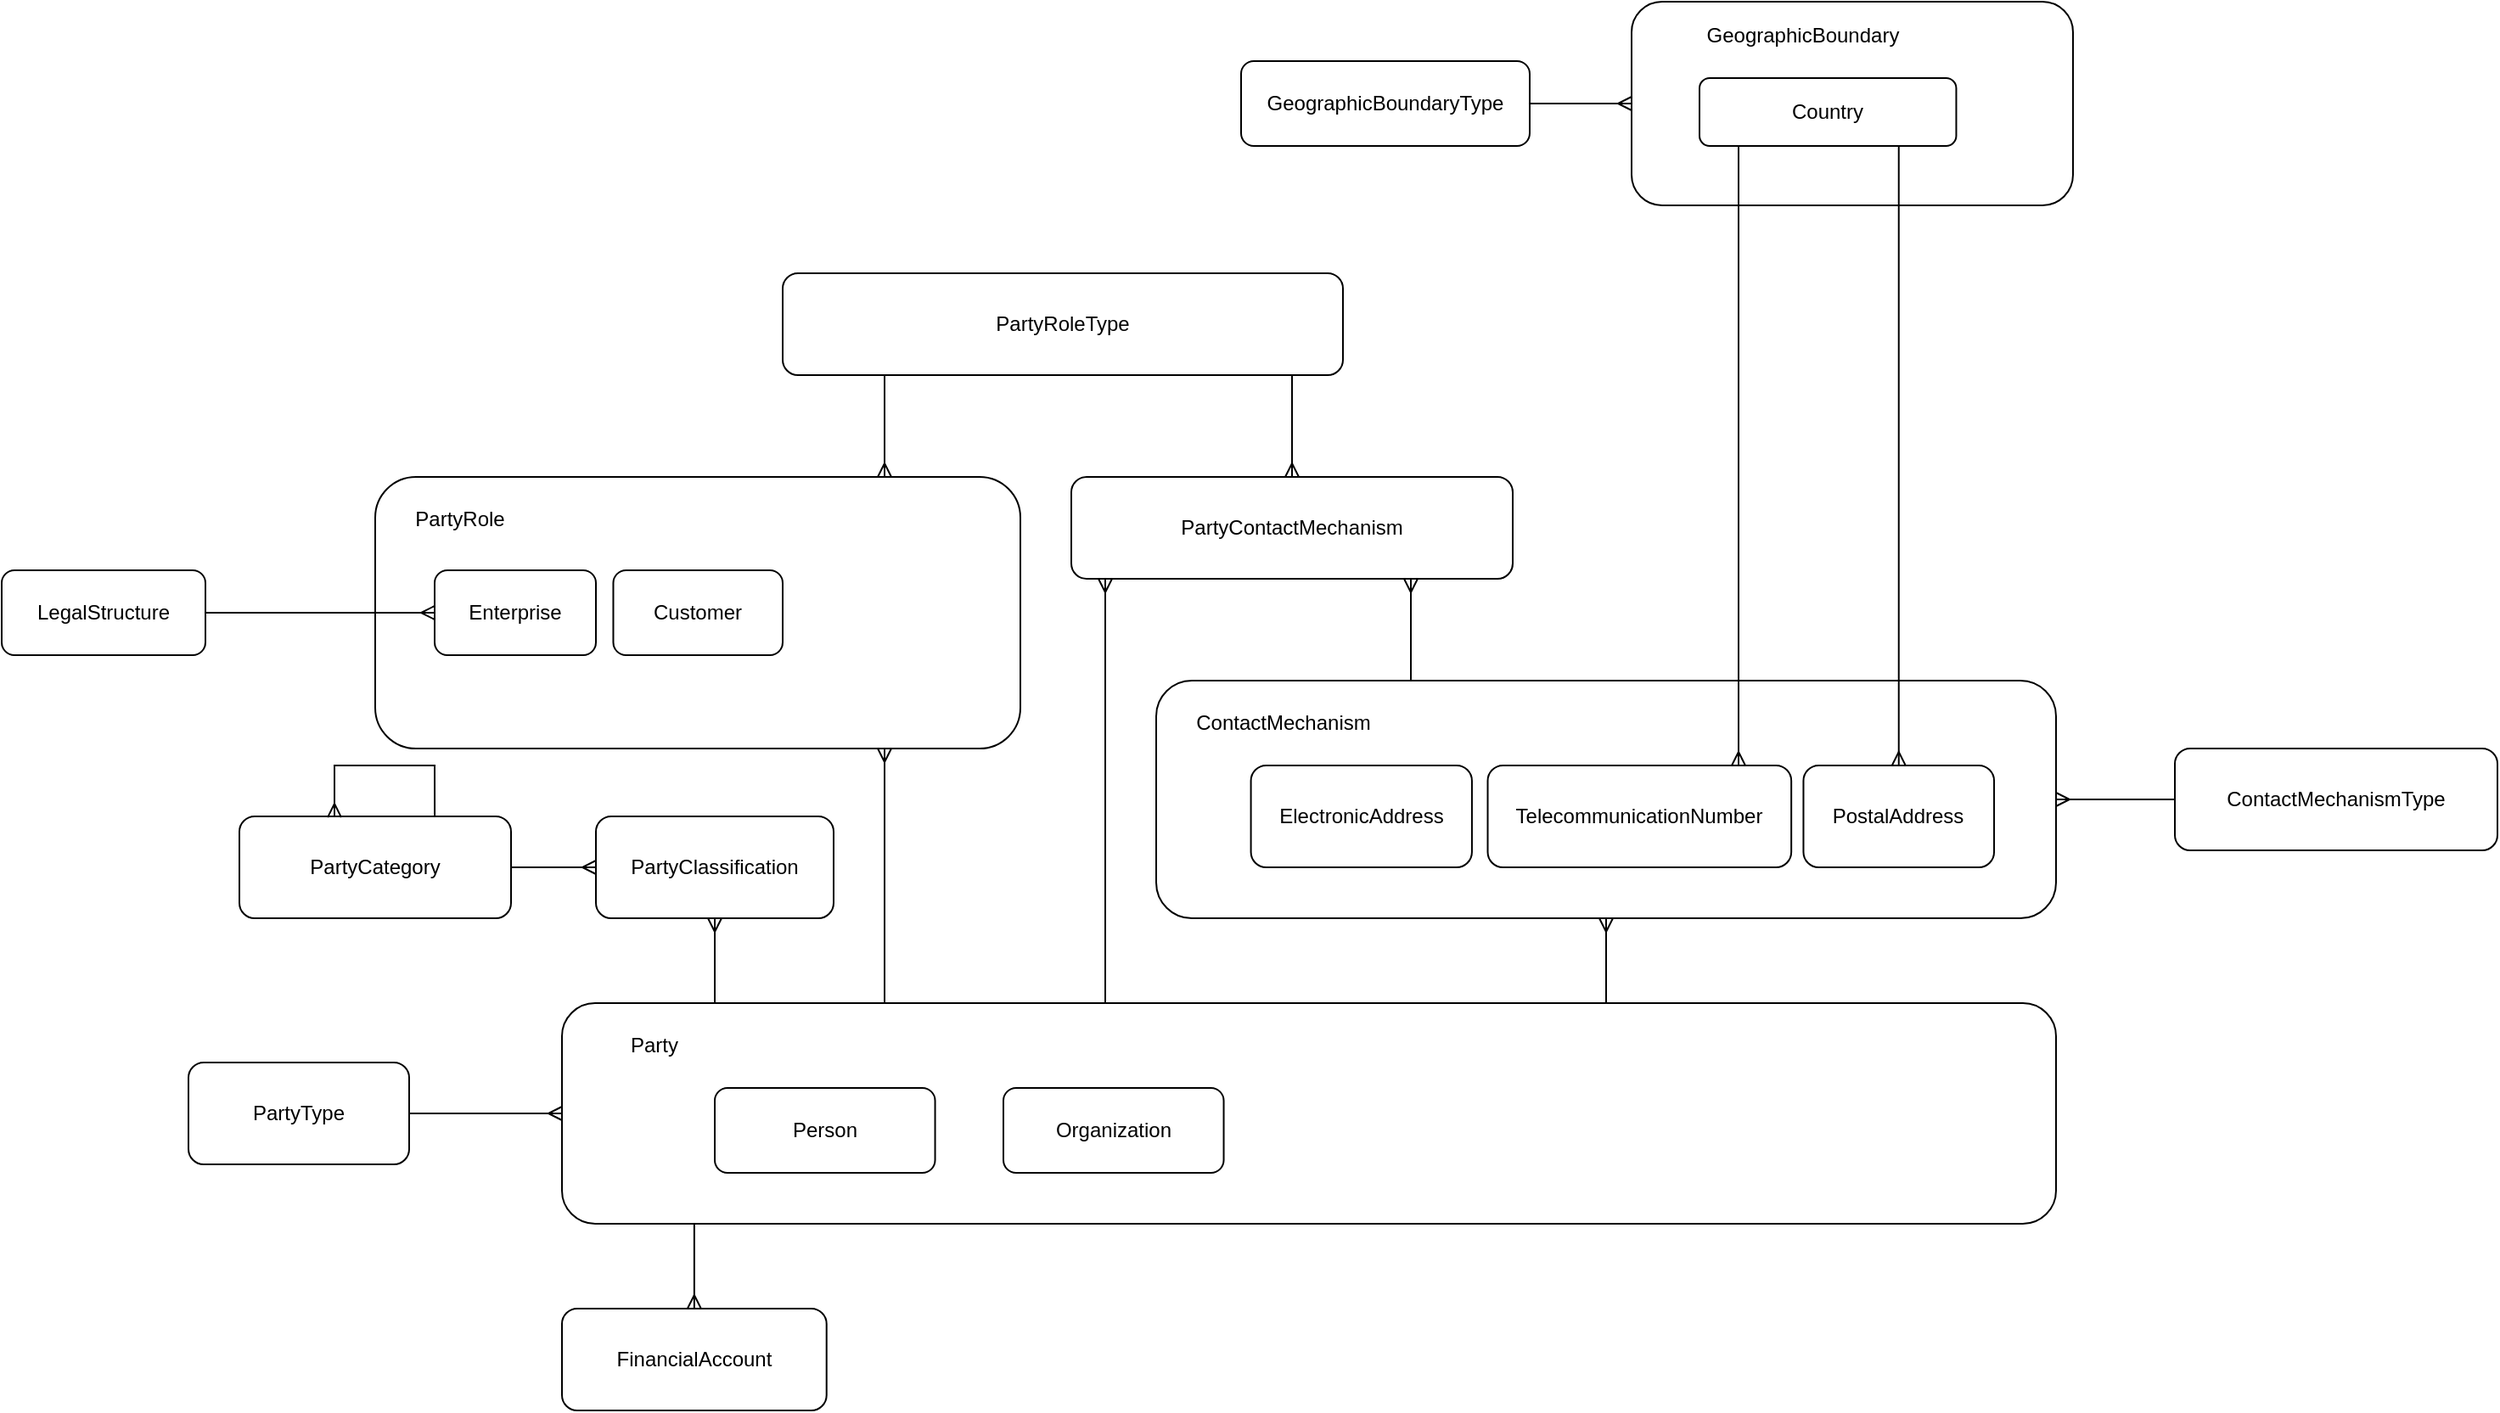
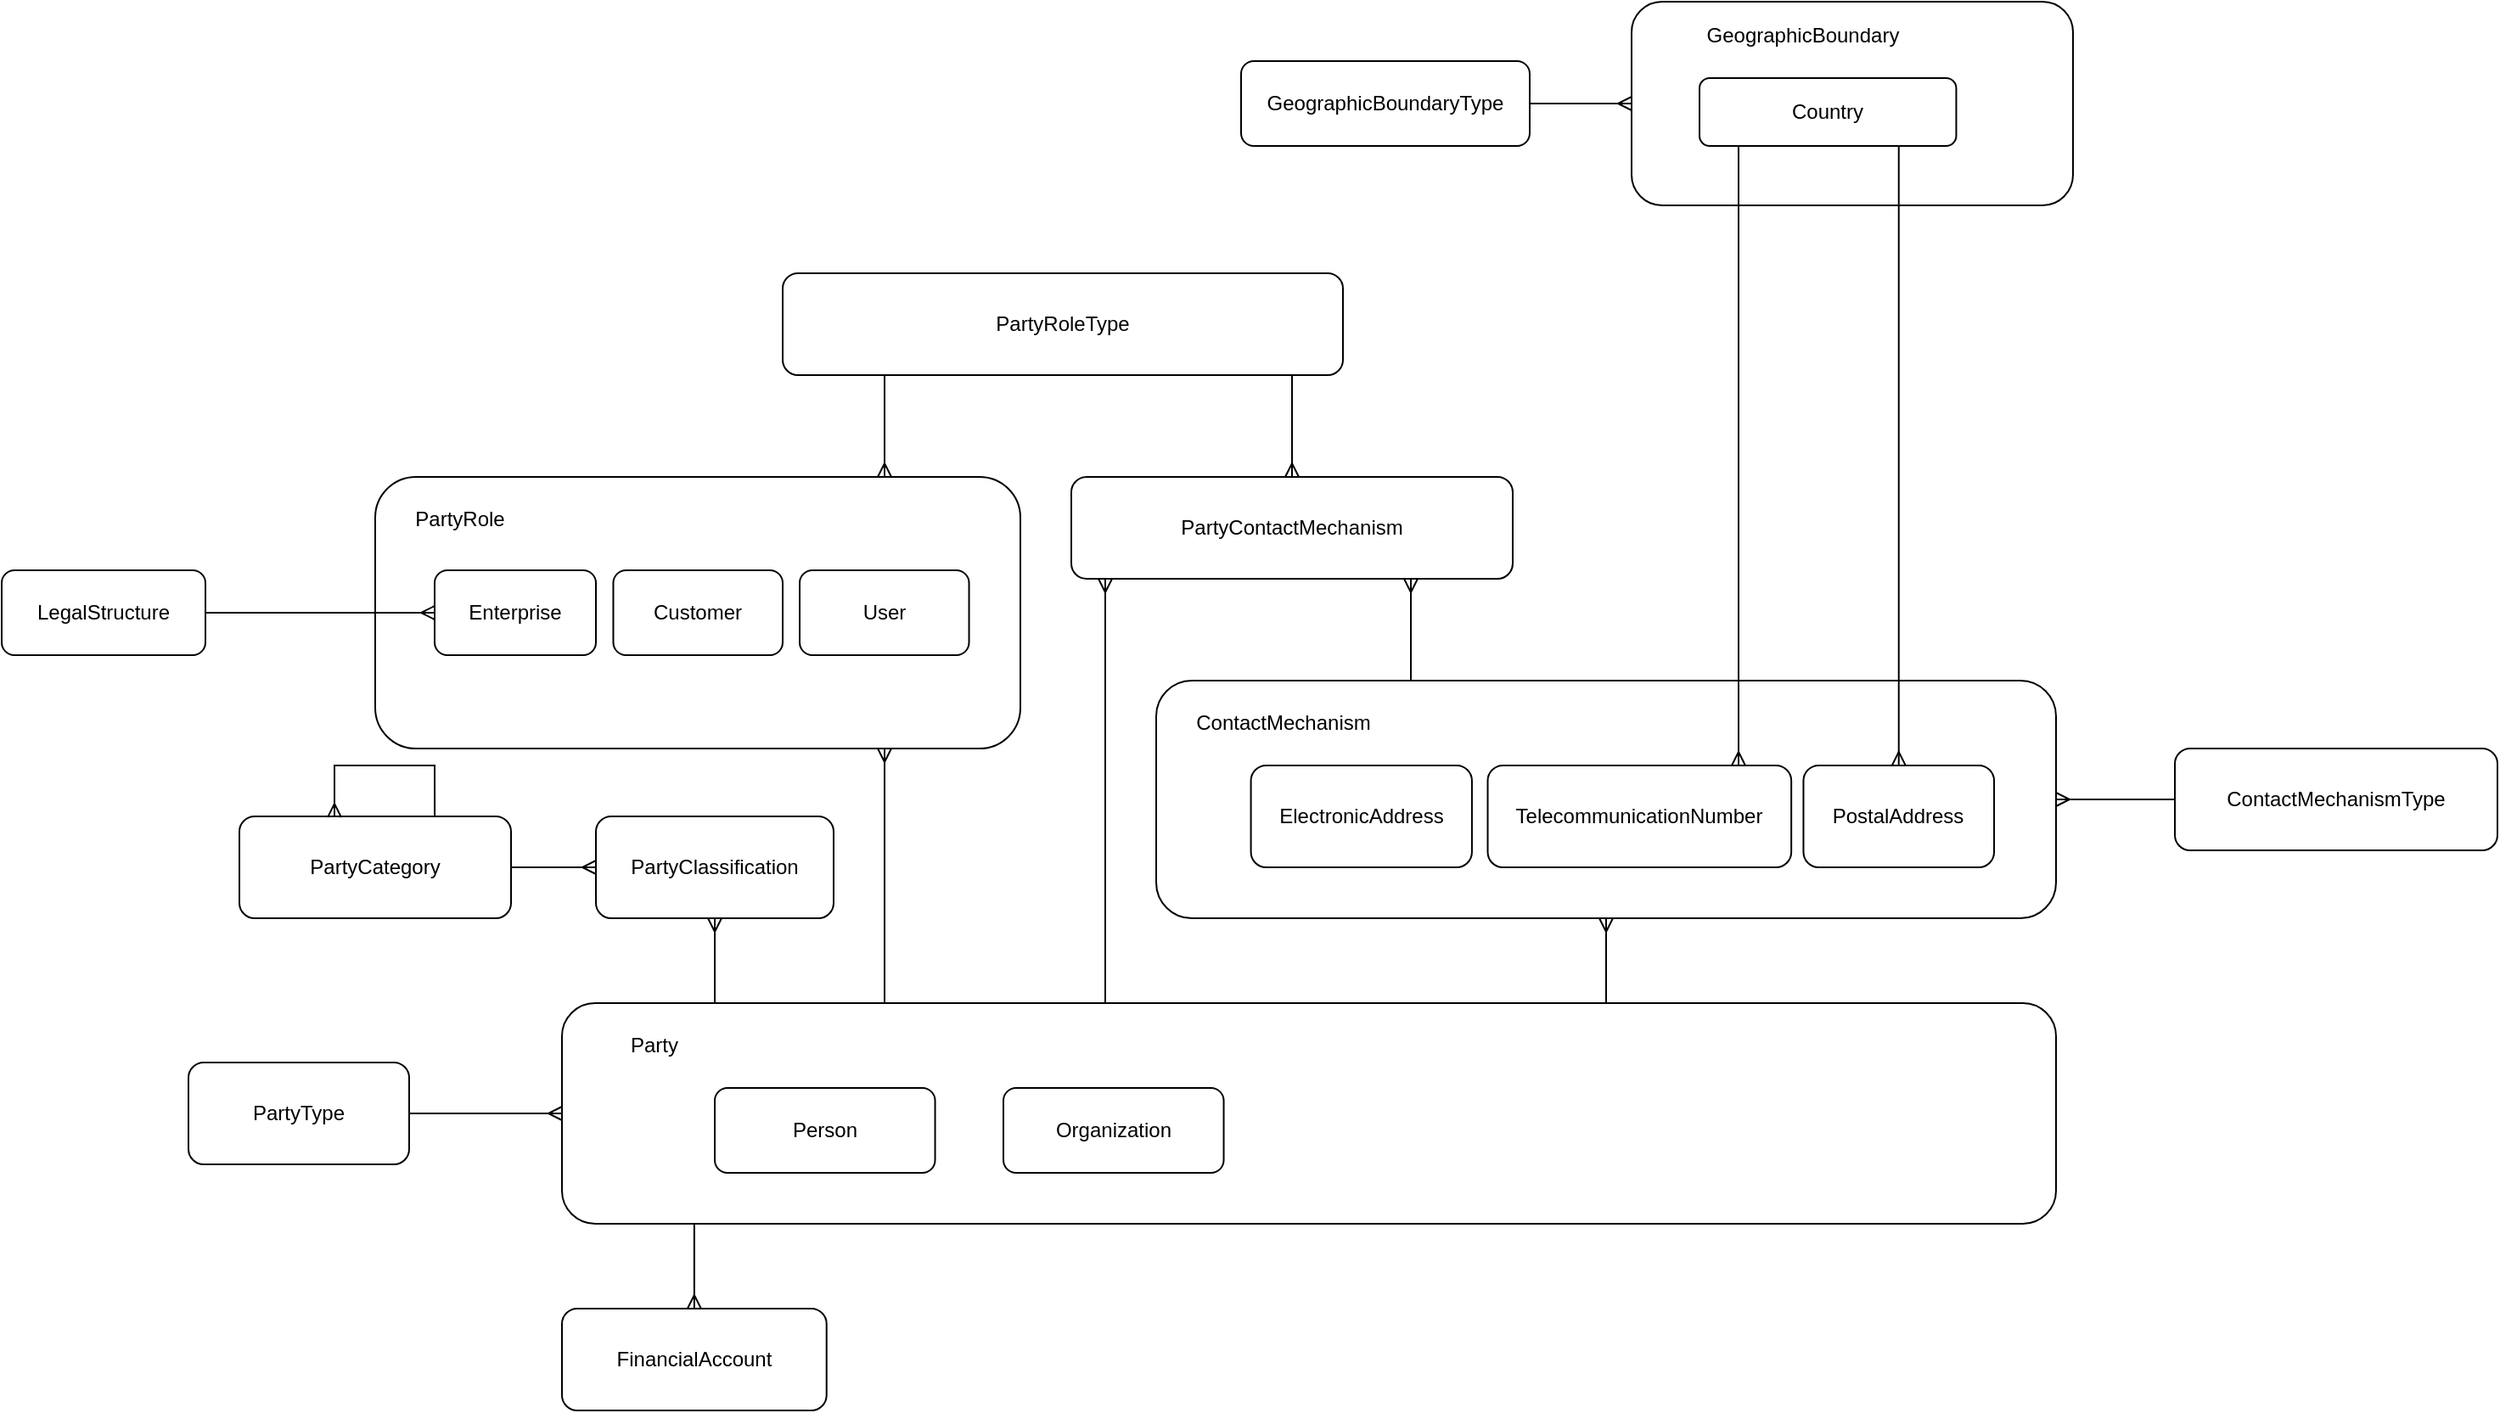
<mxfile host="app.diagrams.net" agent="Mozilla/5.0 (Windows NT 10.0; Win64; x64) AppleWebKit/537.36 (KHTML, like Gecko) Chrome/141.0.0.0 Safari/537.36" version="28.2.9">
  <diagram name="Page-1" id="d0nJ6Fx9cUZLMqGtfM0H">
    <mxGraphModel dx="1947" dy="1755" grid="1" gridSize="10" guides="1" tooltips="1" connect="1" arrows="1" fold="1" page="1" pageScale="1" pageWidth="850" pageHeight="1100" math="0" shadow="0">
      <root>
        <mxCell id="0" />
        <mxCell id="1" parent="0" />
        <mxCell id="tdPrWEJd15tEannaNgth-4" style="edgeStyle=orthogonalEdgeStyle;rounded=0;orthogonalLoop=1;jettySize=auto;html=1;startArrow=ERmany;startFill=0;endArrow=none;endFill=0;" edge="1" parent="1" source="tdPrWEJd15tEannaNgth-2" target="tdPrWEJd15tEannaNgth-3">
          <mxGeometry relative="1" as="geometry" />
        </mxCell>
        <mxCell id="tdPrWEJd15tEannaNgth-3" value="ContactMechanismType" style="rounded=1;whiteSpace=wrap;html=1;" vertex="1" parent="1">
          <mxGeometry x="600" y="260" width="190" height="60" as="geometry" />
        </mxCell>
        <mxCell id="tdPrWEJd15tEannaNgth-13" value="PartyRoleType" style="rounded=1;whiteSpace=wrap;html=1;" vertex="1" parent="1">
          <mxGeometry x="-220" y="-20" width="330" height="60" as="geometry" />
        </mxCell>
        <mxCell id="tdPrWEJd15tEannaNgth-14" style="edgeStyle=orthogonalEdgeStyle;rounded=0;orthogonalLoop=1;jettySize=auto;html=1;startArrow=ERmany;startFill=0;endArrow=none;endFill=0;" edge="1" parent="1" source="tdPrWEJd15tEannaNgth-15" target="tdPrWEJd15tEannaNgth-13">
          <mxGeometry relative="1" as="geometry">
            <mxPoint x="730" y="430" as="sourcePoint" />
            <mxPoint x="730" y="350" as="targetPoint" />
            <Array as="points">
              <mxPoint x="50" y="30" />
              <mxPoint x="50" y="30" />
            </Array>
          </mxGeometry>
        </mxCell>
        <mxCell id="tdPrWEJd15tEannaNgth-15" value="PartyContactMechanism" style="rounded=1;whiteSpace=wrap;html=1;" vertex="1" parent="1">
          <mxGeometry x="-50" y="100" width="260" height="60" as="geometry" />
        </mxCell>
        <mxCell id="tdPrWEJd15tEannaNgth-18" style="edgeStyle=orthogonalEdgeStyle;rounded=0;orthogonalLoop=1;jettySize=auto;html=1;startArrow=ERmany;startFill=0;endArrow=none;endFill=0;" edge="1" parent="1" source="tdPrWEJd15tEannaNgth-15">
          <mxGeometry relative="1" as="geometry">
            <mxPoint x="-30.00117647058829" y="130" as="sourcePoint" />
            <mxPoint x="-30.00117647058829" y="410" as="targetPoint" />
            <Array as="points">
              <mxPoint x="-30" y="210" />
              <mxPoint x="-30" y="210" />
            </Array>
          </mxGeometry>
        </mxCell>
        <mxCell id="tdPrWEJd15tEannaNgth-19" value="" style="group" vertex="1" connectable="0" parent="1">
          <mxGeometry y="220" width="530" height="140" as="geometry" />
        </mxCell>
        <mxCell id="tdPrWEJd15tEannaNgth-2" value="" style="rounded=1;whiteSpace=wrap;html=1;" vertex="1" parent="tdPrWEJd15tEannaNgth-19">
          <mxGeometry width="530" height="140" as="geometry" />
        </mxCell>
        <mxCell id="tdPrWEJd15tEannaNgth-5" value="ElectronicAddress" style="rounded=1;whiteSpace=wrap;html=1;" vertex="1" parent="tdPrWEJd15tEannaNgth-19">
          <mxGeometry x="55.78947368421052" y="50" width="130.17543859649123" height="60" as="geometry" />
        </mxCell>
        <mxCell id="tdPrWEJd15tEannaNgth-6" value="TelecommunicationNumber" style="rounded=1;whiteSpace=wrap;html=1;" vertex="1" parent="tdPrWEJd15tEannaNgth-19">
          <mxGeometry x="195.26315789473682" y="50" width="178.81456140350878" height="60" as="geometry" />
        </mxCell>
        <mxCell id="tdPrWEJd15tEannaNgth-7" value="ContactMechanism" style="text;html=1;whiteSpace=wrap;strokeColor=none;fillColor=none;align=center;verticalAlign=middle;rounded=0;" vertex="1" parent="tdPrWEJd15tEannaNgth-19">
          <mxGeometry x="27.896882591093107" y="10" width="94.41295546558705" height="30" as="geometry" />
        </mxCell>
        <mxCell id="tdPrWEJd15tEannaNgth-8" value="PostalAddress" style="rounded=1;whiteSpace=wrap;html=1;" vertex="1" parent="tdPrWEJd15tEannaNgth-19">
          <mxGeometry x="381.2280701754386" y="50" width="112.29491228070175" height="60" as="geometry" />
        </mxCell>
        <mxCell id="tdPrWEJd15tEannaNgth-20" style="edgeStyle=orthogonalEdgeStyle;rounded=0;orthogonalLoop=1;jettySize=auto;html=1;startArrow=ERmany;startFill=0;endArrow=none;endFill=0;" edge="1" parent="1" source="tdPrWEJd15tEannaNgth-15" target="tdPrWEJd15tEannaNgth-2">
          <mxGeometry relative="1" as="geometry">
            <mxPoint x="370" y="130" as="sourcePoint" />
            <mxPoint x="370" y="440" as="targetPoint" />
            <Array as="points">
              <mxPoint x="150" y="170" />
              <mxPoint x="150" y="170" />
            </Array>
          </mxGeometry>
        </mxCell>
        <mxCell id="tdPrWEJd15tEannaNgth-21" style="edgeStyle=orthogonalEdgeStyle;rounded=0;orthogonalLoop=1;jettySize=auto;html=1;startArrow=ERmany;startFill=0;endArrow=none;endFill=0;" edge="1" parent="1" source="tdPrWEJd15tEannaNgth-2" target="tdPrWEJd15tEannaNgth-1">
          <mxGeometry relative="1" as="geometry">
            <mxPoint x="240" y="400" as="sourcePoint" />
            <mxPoint x="240" y="470" as="targetPoint" />
            <Array as="points">
              <mxPoint x="305" y="420" />
              <mxPoint x="305" y="420" />
            </Array>
          </mxGeometry>
        </mxCell>
        <mxCell id="tdPrWEJd15tEannaNgth-22" value="LegalStructure" style="rounded=1;whiteSpace=wrap;html=1;" vertex="1" parent="1">
          <mxGeometry x="-680" y="155" width="120" height="50" as="geometry" />
        </mxCell>
        <mxCell id="tdPrWEJd15tEannaNgth-27" value="PartyClassification" style="rounded=1;whiteSpace=wrap;html=1;" vertex="1" parent="1">
          <mxGeometry x="-330" y="300" width="140" height="60" as="geometry" />
        </mxCell>
        <mxCell id="tdPrWEJd15tEannaNgth-28" value="PartyCategory" style="rounded=1;whiteSpace=wrap;html=1;" vertex="1" parent="1">
          <mxGeometry x="-540" y="300" width="160" height="60" as="geometry" />
        </mxCell>
        <mxCell id="tdPrWEJd15tEannaNgth-31" style="edgeStyle=orthogonalEdgeStyle;rounded=0;orthogonalLoop=1;jettySize=auto;html=1;startArrow=ERmany;startFill=0;endArrow=none;endFill=0;" edge="1" parent="1" source="tdPrWEJd15tEannaNgth-27" target="tdPrWEJd15tEannaNgth-1">
          <mxGeometry relative="1" as="geometry">
            <mxPoint x="-260" y="180" as="sourcePoint" />
            <mxPoint x="-260" y="250" as="targetPoint" />
            <Array as="points">
              <mxPoint x="-260" y="370" />
              <mxPoint x="-260" y="370" />
            </Array>
          </mxGeometry>
        </mxCell>
        <mxCell id="tdPrWEJd15tEannaNgth-32" style="edgeStyle=orthogonalEdgeStyle;rounded=0;orthogonalLoop=1;jettySize=auto;html=1;startArrow=ERmany;startFill=0;endArrow=none;endFill=0;" edge="1" parent="1" source="tdPrWEJd15tEannaNgth-27" target="tdPrWEJd15tEannaNgth-28">
          <mxGeometry relative="1" as="geometry">
            <mxPoint x="-230" y="210" as="sourcePoint" />
            <mxPoint x="-230" y="280" as="targetPoint" />
            <Array as="points" />
          </mxGeometry>
        </mxCell>
        <mxCell id="tdPrWEJd15tEannaNgth-33" style="edgeStyle=orthogonalEdgeStyle;rounded=0;orthogonalLoop=1;jettySize=auto;html=1;startArrow=ERmany;startFill=0;endArrow=none;endFill=0;exitX=0.35;exitY=0.009;exitDx=0;exitDy=0;exitPerimeter=0;entryX=0.719;entryY=0;entryDx=0;entryDy=0;entryPerimeter=0;" edge="1" parent="1" source="tdPrWEJd15tEannaNgth-28" target="tdPrWEJd15tEannaNgth-28">
          <mxGeometry relative="1" as="geometry">
            <mxPoint x="-485" y="290" as="sourcePoint" />
            <mxPoint x="-425" y="290" as="targetPoint" />
            <Array as="points">
              <mxPoint x="-484" y="270" />
              <mxPoint x="-425" y="270" />
            </Array>
          </mxGeometry>
        </mxCell>
        <mxCell id="tdPrWEJd15tEannaNgth-35" value="" style="rounded=1;whiteSpace=wrap;html=1;" vertex="1" parent="1">
          <mxGeometry x="-460" y="100" width="380" height="160" as="geometry" />
        </mxCell>
        <mxCell id="tdPrWEJd15tEannaNgth-37" style="edgeStyle=orthogonalEdgeStyle;rounded=0;orthogonalLoop=1;jettySize=auto;html=1;startArrow=ERmany;startFill=0;endArrow=none;endFill=0;" edge="1" parent="1" source="tdPrWEJd15tEannaNgth-35">
          <mxGeometry relative="1" as="geometry">
            <mxPoint x="-160" y="260.0000000000002" as="sourcePoint" />
            <mxPoint x="-160" y="410" as="targetPoint" />
            <Array as="points">
              <mxPoint x="-160" y="260" />
            </Array>
          </mxGeometry>
        </mxCell>
        <mxCell id="tdPrWEJd15tEannaNgth-38" style="edgeStyle=orthogonalEdgeStyle;rounded=0;orthogonalLoop=1;jettySize=auto;html=1;startArrow=ERmany;startFill=0;endArrow=none;endFill=0;" edge="1" parent="1" source="tdPrWEJd15tEannaNgth-35" target="tdPrWEJd15tEannaNgth-13">
          <mxGeometry relative="1" as="geometry">
            <mxPoint x="-150" y="170" as="sourcePoint" />
            <mxPoint x="-150" y="20" as="targetPoint" />
            <Array as="points">
              <mxPoint x="-160" y="60" />
              <mxPoint x="-160" y="60" />
            </Array>
          </mxGeometry>
        </mxCell>
        <mxCell id="tdPrWEJd15tEannaNgth-1" value="" style="rounded=1;whiteSpace=wrap;html=1;" vertex="1" parent="1">
          <mxGeometry x="-350" y="410" width="880" height="130" as="geometry" />
        </mxCell>
        <mxCell id="tdPrWEJd15tEannaNgth-9" value="Party" style="text;html=1;whiteSpace=wrap;strokeColor=none;fillColor=none;align=center;verticalAlign=middle;rounded=0;" vertex="1" parent="1">
          <mxGeometry x="-336.46153846153845" y="420" width="81.23076923076923" height="30" as="geometry" />
        </mxCell>
        <mxCell id="tdPrWEJd15tEannaNgth-17" value="Enterprise" style="rounded=1;whiteSpace=wrap;html=1;" vertex="1" parent="1">
          <mxGeometry x="-425" y="155" width="95" height="50" as="geometry" />
        </mxCell>
        <mxCell id="tdPrWEJd15tEannaNgth-40" value="PartyRole" style="text;html=1;whiteSpace=wrap;strokeColor=none;fillColor=none;align=center;verticalAlign=middle;rounded=0;" vertex="1" parent="1">
          <mxGeometry x="-440" y="110" width="60" height="30" as="geometry" />
        </mxCell>
        <mxCell id="tdPrWEJd15tEannaNgth-42" style="edgeStyle=orthogonalEdgeStyle;rounded=0;orthogonalLoop=1;jettySize=auto;html=1;startArrow=ERmany;startFill=0;endArrow=none;endFill=0;" edge="1" parent="1" source="tdPrWEJd15tEannaNgth-17" target="tdPrWEJd15tEannaNgth-22">
          <mxGeometry relative="1" as="geometry">
            <mxPoint x="-90" y="320" as="sourcePoint" />
            <mxPoint x="-90" y="480" as="targetPoint" />
            <Array as="points" />
          </mxGeometry>
        </mxCell>
        <mxCell id="tdPrWEJd15tEannaNgth-43" value="Customer" style="rounded=1;whiteSpace=wrap;html=1;" vertex="1" parent="1">
          <mxGeometry x="-319.77" y="155" width="99.77" height="50" as="geometry" />
        </mxCell>
        <mxCell id="tdPrWEJd15tEannaNgth-44" value="Person" style="rounded=1;whiteSpace=wrap;html=1;" vertex="1" parent="1">
          <mxGeometry x="-260" y="460" width="129.77" height="50" as="geometry" />
        </mxCell>
        <mxCell id="tdPrWEJd15tEannaNgth-45" value="Organization" style="rounded=1;whiteSpace=wrap;html=1;" vertex="1" parent="1">
          <mxGeometry x="-90" y="460" width="129.77" height="50" as="geometry" />
        </mxCell>
        <mxCell id="tdPrWEJd15tEannaNgth-46" value="FinancialAccount" style="rounded=1;whiteSpace=wrap;html=1;" vertex="1" parent="1">
          <mxGeometry x="-350" y="590" width="155.85" height="60" as="geometry" />
        </mxCell>
        <mxCell id="tdPrWEJd15tEannaNgth-47" style="edgeStyle=orthogonalEdgeStyle;rounded=0;orthogonalLoop=1;jettySize=auto;html=1;startArrow=ERmany;startFill=0;endArrow=none;endFill=0;" edge="1" parent="1" source="tdPrWEJd15tEannaNgth-46" target="tdPrWEJd15tEannaNgth-1">
          <mxGeometry relative="1" as="geometry">
            <mxPoint x="-80" y="670" as="sourcePoint" />
            <mxPoint x="-80" y="730" as="targetPoint" />
            <Array as="points">
              <mxPoint x="-278" y="610" />
              <mxPoint x="-278" y="610" />
            </Array>
          </mxGeometry>
        </mxCell>
        <mxCell id="tdPrWEJd15tEannaNgth-48" value="" style="rounded=1;whiteSpace=wrap;html=1;" vertex="1" parent="1">
          <mxGeometry x="280" y="-180" width="260" height="120" as="geometry" />
        </mxCell>
        <mxCell id="tdPrWEJd15tEannaNgth-49" value="GeographicBoundary" style="text;html=1;whiteSpace=wrap;strokeColor=none;fillColor=none;align=center;verticalAlign=middle;rounded=0;" vertex="1" parent="1">
          <mxGeometry x="310" y="-175" width="142.07" height="30" as="geometry" />
        </mxCell>
        <mxCell id="tdPrWEJd15tEannaNgth-50" value="GeographicBoundaryType" style="rounded=1;whiteSpace=wrap;html=1;" vertex="1" parent="1">
          <mxGeometry x="50" y="-145" width="170" height="50" as="geometry" />
        </mxCell>
        <mxCell id="tdPrWEJd15tEannaNgth-51" value="Country" style="rounded=1;whiteSpace=wrap;html=1;" vertex="1" parent="1">
          <mxGeometry x="320" y="-135" width="151.23" height="40" as="geometry" />
        </mxCell>
        <mxCell id="tdPrWEJd15tEannaNgth-52" style="edgeStyle=orthogonalEdgeStyle;rounded=0;orthogonalLoop=1;jettySize=auto;html=1;startArrow=ERmany;startFill=0;endArrow=none;endFill=0;" edge="1" parent="1" source="tdPrWEJd15tEannaNgth-48" target="tdPrWEJd15tEannaNgth-50">
          <mxGeometry relative="1" as="geometry">
            <mxPoint x="120" y="60" as="sourcePoint" />
            <mxPoint x="120" as="targetPoint" />
            <Array as="points" />
          </mxGeometry>
        </mxCell>
        <mxCell id="tdPrWEJd15tEannaNgth-53" style="edgeStyle=orthogonalEdgeStyle;rounded=0;orthogonalLoop=1;jettySize=auto;html=1;startArrow=ERmany;startFill=0;endArrow=none;endFill=0;" edge="1" parent="1" source="tdPrWEJd15tEannaNgth-8" target="tdPrWEJd15tEannaNgth-51">
          <mxGeometry relative="1" as="geometry">
            <mxPoint x="544" y="60" as="sourcePoint" />
            <mxPoint x="460" y="60" as="targetPoint" />
            <Array as="points">
              <mxPoint x="440" y="-110" />
            </Array>
          </mxGeometry>
        </mxCell>
        <mxCell id="tdPrWEJd15tEannaNgth-54" style="edgeStyle=orthogonalEdgeStyle;rounded=0;orthogonalLoop=1;jettySize=auto;html=1;startArrow=ERmany;startFill=0;endArrow=none;endFill=0;" edge="1" parent="1" source="tdPrWEJd15tEannaNgth-6" target="tdPrWEJd15tEannaNgth-51">
          <mxGeometry relative="1" as="geometry">
            <mxPoint x="340" y="490" as="sourcePoint" />
            <mxPoint x="340" y="125" as="targetPoint" />
            <Array as="points">
              <mxPoint x="343" y="190" />
              <mxPoint x="343" y="190" />
            </Array>
          </mxGeometry>
        </mxCell>
        <mxCell id="tdPrWEJd15tEannaNgth-55" value="PartyType" style="rounded=1;whiteSpace=wrap;html=1;" vertex="1" parent="1">
          <mxGeometry x="-570" y="445" width="130" height="60" as="geometry" />
        </mxCell>
        <mxCell id="tdPrWEJd15tEannaNgth-56" style="edgeStyle=orthogonalEdgeStyle;rounded=0;orthogonalLoop=1;jettySize=auto;html=1;startArrow=ERmany;startFill=0;endArrow=none;endFill=0;" edge="1" parent="1" source="tdPrWEJd15tEannaNgth-1" target="tdPrWEJd15tEannaNgth-55">
          <mxGeometry relative="1" as="geometry">
            <mxPoint x="-275" y="470" as="sourcePoint" />
            <mxPoint x="-410" y="470" as="targetPoint" />
            <Array as="points" />
          </mxGeometry>
        </mxCell>
+         <mxCell id="tdPrWEJd15tEannaNgth-57" value="User" style="rounded=1;whiteSpace=wrap;html=1;" vertex="1" parent="1">
+           <mxGeometry x="-210" y="155" width="99.77" height="50" as="geometry" />
+         </mxCell>
      </root>
    </mxGraphModel>
  </diagram>
</mxfile>
